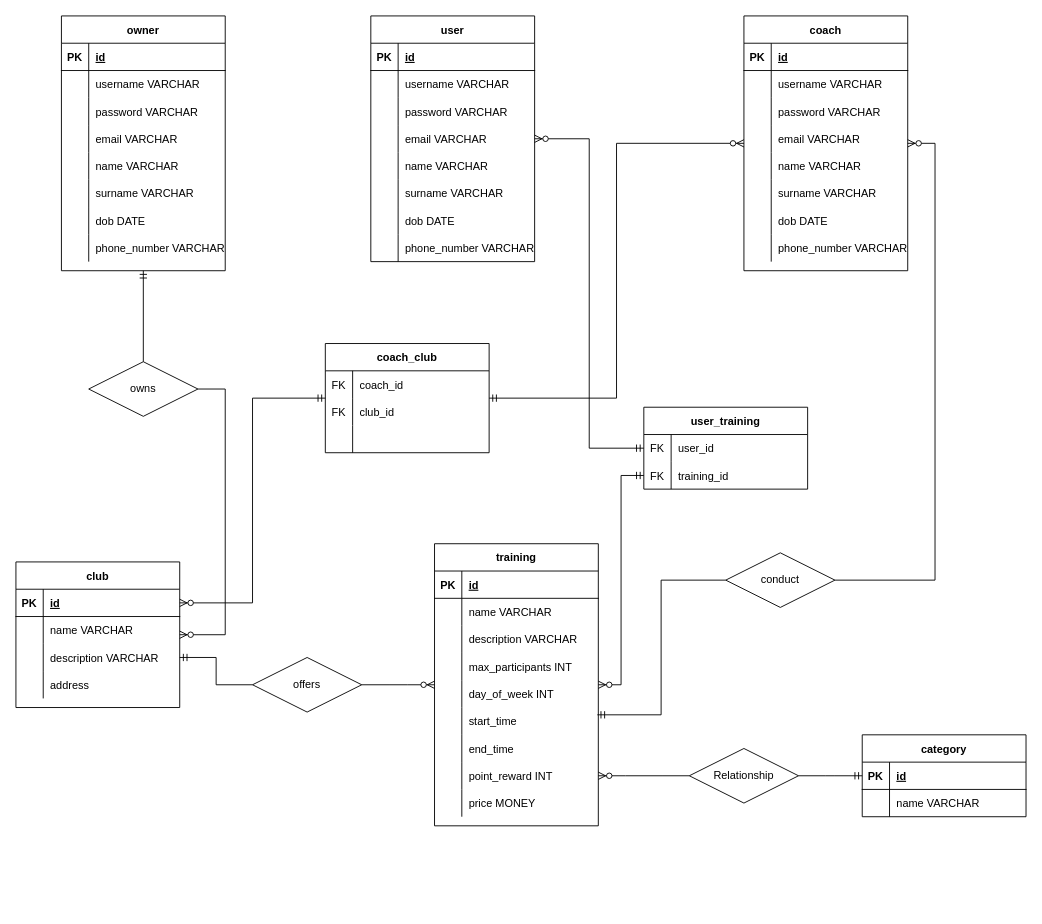
piotr-jadczak/ProjektFitness-Spring-Boot-Aplication keeps this draw.io diagram as documentation/ERD/ERDdiagram.drawio. Above is the earlier version. Source tidied: cells renumbered, new cells numbered last; positions are measured from the earlier drawing's top-left corner, leaving out a move shared by most shapes. Both pictures are drawn from the tidied source at 91%, with x=0, y=0 at pixel (15, 15).
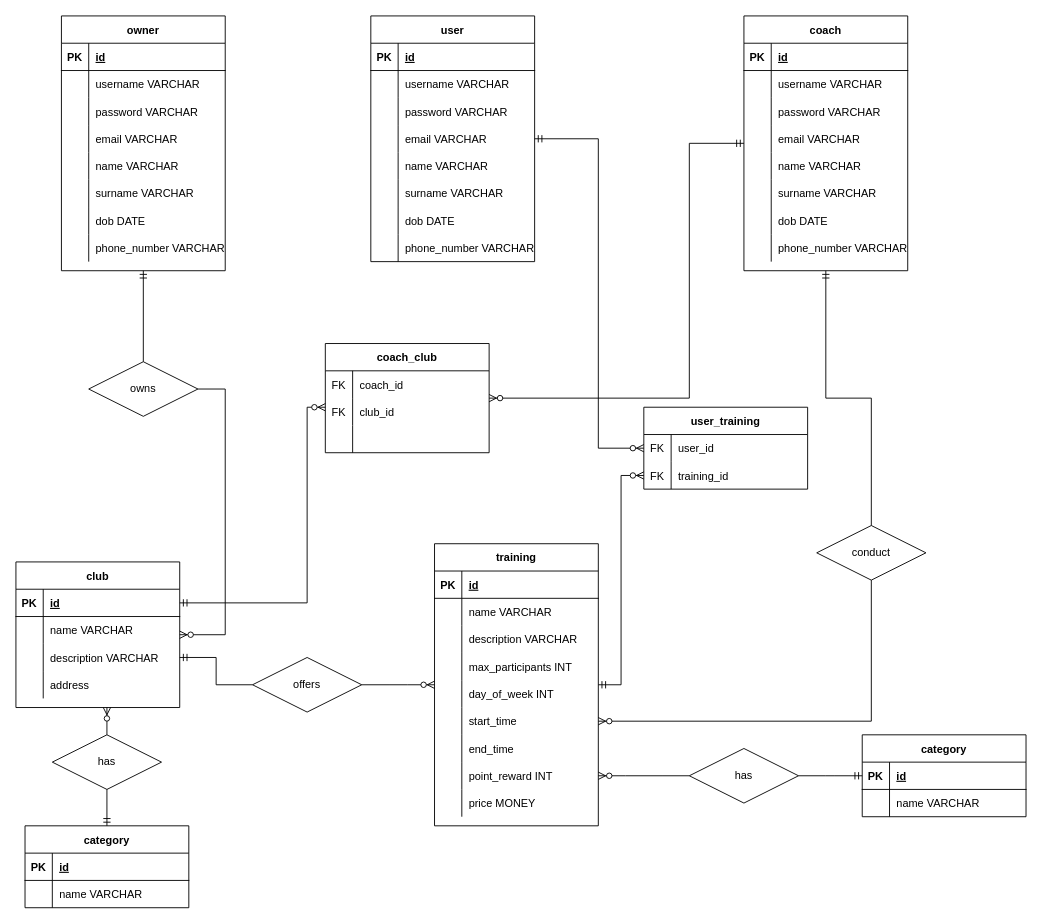
The same page after the edit.

Commit message (it also covers changes not shown here):
correct ERD diagram

The change refers to these unchanged cells:
```xml
<mxCell id="27" value="user" style="shape=table;startSize=30;childLayout=tableLayout;rowLines=0;fontStyle=1;align=center;" parent="1" vertex="1">
  <mxGeometry x="390" width="180" height="270" as="geometry" />
</mxCell>
<mxCell id="52" value="coach" style="shape=table;startSize=30;childLayout=tableLayout;rowLines=0;fontStyle=1;align=center;" parent="1" vertex="1">
  <mxGeometry x="800" width="180" height="280" as="geometry" />
</mxCell>
<mxCell id="78" style="shape=partialRectangle;fillColor=none;top=0;left=0;bottom=1;right=0;points=[[0,0.5],[1,0.5]];portConstraint=eastwest;" parent="77" vertex="1">
  <mxGeometry y="30" width="180" height="30" as="geometry" />
</mxCell>
<mxCell id="92" value="training" style="shape=table;startSize=30;childLayout=tableLayout;rowLines=0;fontStyle=1;align=center;" parent="1" vertex="1">
  <mxGeometry x="460" y="580" width="180" height="310" as="geometry" />
</mxCell>
<mxCell id="108" style="shape=partialRectangle;fillColor=none;top=0;left=0;bottom=0;right=0;points=[[0,0.5],[1,0.5]];portConstraint=eastwest;" parent="92" vertex="1">
  <mxGeometry y="180" width="180" height="30" as="geometry" />
</mxCell>
<mxCell id="127" value="coach_club" style="shape=table;startSize=30;childLayout=tableLayout;rowLines=0;fontStyle=1;align=center;" parent="1" vertex="1">
  <mxGeometry x="340" y="360" width="180" height="120" as="geometry" />
</mxCell>
<mxCell id="139" value="user_training" style="shape=table;startSize=30;childLayout=tableLayout;rowLines=0;fontStyle=1;align=center;" parent="1" vertex="1">
  <mxGeometry x="690" y="430" width="180" height="90" as="geometry" />
</mxCell>
<mxCell id="140" style="shape=partialRectangle;fillColor=none;top=0;left=0;bottom=0;right=0;points=[[0,0.5],[1,0.5]];portConstraint=eastwest;" parent="139" vertex="1">
  <mxGeometry y="30" width="180" height="30" as="geometry" />
</mxCell>
<mxCell id="143" style="shape=partialRectangle;fillColor=none;top=0;left=0;bottom=0;right=0;points=[[0,0.5],[1,0.5]];portConstraint=eastwest;" parent="139" vertex="1">
  <mxGeometry y="60" width="180" height="30" as="geometry" />
</mxCell>
```

What changed in the source:
```diff
@@
     <mxCell id="121" value="conduct" style="shape=rhombus;perimeter=rhombusPerimeter;whiteSpace=wrap;html=1;align=center;" parent="1" vertex="1">
-      <mxGeometry x="780" y="590" width="120" height="60" as="geometry" />
+      <mxGeometry x="880" y="560" width="120" height="60" as="geometry" />
     </mxCell>
-    <mxCell id="122" style="edgeStyle=entityRelationEdgeStyle;fontSize=12;html=1;endArrow=ERzeroToMany;endFill=1;rounded=0;" parent="1" edge="1" source="121" target="52">
+    <mxCell id="122" style="edgeStyle=orthogonalEdgeStyle;fontSize=12;html=1;endArrow=ERzeroToMany;endFill=1;rounded=0;" parent="1" edge="1" source="121" target="108">
       <mxGeometry relative="1" as="geometry" />
     </mxCell>
-    <mxCell id="123" style="edgeStyle=elbowEdgeStyle;fontSize=12;html=1;endArrow=ERmandOne;rounded=0;entryX=0.994;entryY=0.267;entryDx=0;entryDy=0;entryPerimeter=0;" parent="1" edge="1" source="121" target="108">
-      <mxGeometry relative="1" as="geometry" />
-    </mxCell>
@@
-    <mxCell id="137" style="edgeStyle=elbowEdgeStyle;fontSize=12;html=1;endArrow=ERzeroToMany;startArrow=ERmandOne;rounded=0;" parent="1" edge="1" source="127" target="52">
-      <mxGeometry relative="1" as="geometry" />
+    <mxCell id="137" style="edgeStyle=elbowEdgeStyle;fontSize=12;html=1;endArrow=ERzeroToMany;startArrow=ERmandOne;rounded=0;" parent="1" edge="1" source="52" target="127">
+      <mxGeometry relative="1" as="geometry">
+        <Array as="points">
+          <mxPoint x="740" y="420" />
+          <mxPoint x="740" y="320" />
+        </Array>
+      </mxGeometry>
     </mxCell>
-    <mxCell id="138" style="edgeStyle=elbowEdgeStyle;fontSize=12;html=1;endArrow=ERzeroToMany;startArrow=ERmandOne;rounded=0;entryX=1;entryY=0.5;entryDx=0;entryDy=0;" parent="1" edge="1" source="127" target="78">
-      <mxGeometry relative="1" as="geometry" />
+    <mxCell id="138" style="edgeStyle=elbowEdgeStyle;fontSize=12;html=1;endArrow=ERzeroToMany;startArrow=ERmandOne;rounded=0;exitX=1;exitY=0.5;exitDx=0;exitDy=0;" parent="1" edge="1" source="78" target="127">
+      <mxGeometry relative="1" as="geometry">
+        <Array as="points">
+          <mxPoint x="320" y="430" />
+          <mxPoint x="370" y="570" />
+        </Array>
+      </mxGeometry>
     </mxCell>
@@
-    <mxCell id="146" style="edgeStyle=elbowEdgeStyle;fontSize=12;html=1;endArrow=ERzeroToMany;startArrow=ERmandOne;rounded=0;" parent="1" edge="1" source="139" target="27">
-      <mxGeometry relative="1" as="geometry" />
+    <mxCell id="146" style="edgeStyle=elbowEdgeStyle;fontSize=12;html=1;endArrow=ERzeroToMany;startArrow=ERmandOne;rounded=0;" parent="1" edge="1" source="27" target="140">
+      <mxGeometry relative="1" as="geometry">
+        <Array as="points">
+          <mxPoint x="640" y="430" />
+        </Array>
+      </mxGeometry>
     </mxCell>
-    <mxCell id="147" style="edgeStyle=elbowEdgeStyle;fontSize=12;html=1;endArrow=ERzeroToMany;startArrow=ERmandOne;rounded=0;exitX=0;exitY=0.5;exitDx=0;exitDy=0;" parent="1" edge="1" source="143" target="92">
+    <mxCell id="147" style="edgeStyle=elbowEdgeStyle;fontSize=12;html=1;endArrow=ERzeroToMany;startArrow=ERmandOne;rounded=0;" parent="1" edge="1" source="92" target="143">
       <mxGeometry relative="1" as="geometry" />
     </mxCell>
@@
-    <mxCell id="155" value="Relationship" style="shape=rhombus;perimeter=rhombusPerimeter;whiteSpace=wrap;html=1;align=center;" parent="1" vertex="1">
+    <mxCell id="155" value="has" style="shape=rhombus;perimeter=rhombusPerimeter;whiteSpace=wrap;html=1;align=center;" parent="1" vertex="1">
       <mxGeometry x="740" y="805" width="120" height="60" as="geometry" />
     </mxCell>
@@
+    <mxCell id="158" style="edgeStyle=orthogonalEdgeStyle;fontSize=12;html=1;endArrow=ERmandOne;rounded=0;" parent="1" edge="1" source="121" target="52">
+      <mxGeometry relative="1" as="geometry" />
+    </mxCell>
+    <mxCell id="159" value="category" style="shape=table;startSize=30;childLayout=tableLayout;rowLines=0;fontStyle=1;align=center;" parent="1" vertex="1">
+      <mxGeometry x="10" y="890" width="180" height="90" as="geometry" />
+    </mxCell>
+    <mxCell id="160" style="shape=partialRectangle;fillColor=none;top=0;left=0;bottom=1;right=0;" parent="159" vertex="1">
+      <mxGeometry y="30" width="180" height="30" as="geometry" />
+    </mxCell>
+    <mxCell id="161" value="PK" style="shape=partialRectangle;fillColor=none;top=0;left=0;bottom=0;right=0;fontStyle=1;overflow=hidden;" parent="160" vertex="1">
+      <mxGeometry width="30" height="30" as="geometry" />
+    </mxCell>
+    <mxCell id="162" value="id" style="shape=partialRectangle;fillColor=none;top=0;left=0;bottom=0;right=0;align=left;spacingLeft=6;fontStyle=5;overflow=hidden;" parent="160" vertex="1">
+      <mxGeometry x="30" width="150" height="30" as="geometry" />
+    </mxCell>
+    <mxCell id="163" style="shape=partialRectangle;fillColor=none;top=0;left=0;bottom=0;right=0;" parent="159" vertex="1">
+      <mxGeometry y="60" width="180" height="30" as="geometry" />
+    </mxCell>
+    <mxCell id="164" style="shape=partialRectangle;fillColor=none;top=0;left=0;bottom=0;right=0;overflow=hidden;" parent="163" vertex="1">
+      <mxGeometry width="30" height="30" as="geometry" />
+    </mxCell>
+    <mxCell id="165" value="name VARCHAR" style="shape=partialRectangle;fillColor=none;top=0;left=0;bottom=0;right=0;align=left;spacingLeft=6;overflow=hidden;" parent="163" vertex="1">
+      <mxGeometry x="30" width="150" height="30" as="geometry" />
+    </mxCell>
+    <mxCell id="166" value="has" style="shape=rhombus;perimeter=rhombusPerimeter;whiteSpace=wrap;html=1;align=center;" parent="1" vertex="1">
+      <mxGeometry x="40" y="790" width="120" height="60" as="geometry" />
+    </mxCell>
+    <mxCell id="167" style="fontSize=12;html=1;endArrow=ERzeroToMany;endFill=1;rounded=0;exitX=0.5;exitY=0;exitDx=0;exitDy=0;" parent="1" edge="1" source="166">
+      <mxGeometry relative="1" as="geometry">
+        <mxPoint x="100" y="760" as="targetPoint" />
+      </mxGeometry>
+    </mxCell>
+    <mxCell id="168" style="fontSize=12;html=1;endArrow=ERmandOne;rounded=0;entryX=0.5;entryY=0;entryDx=0;entryDy=0;exitX=0.5;exitY=1;exitDx=0;exitDy=0;" parent="1" edge="1" source="166" target="159">
+      <mxGeometry relative="1" as="geometry" />
+    </mxCell>
```
